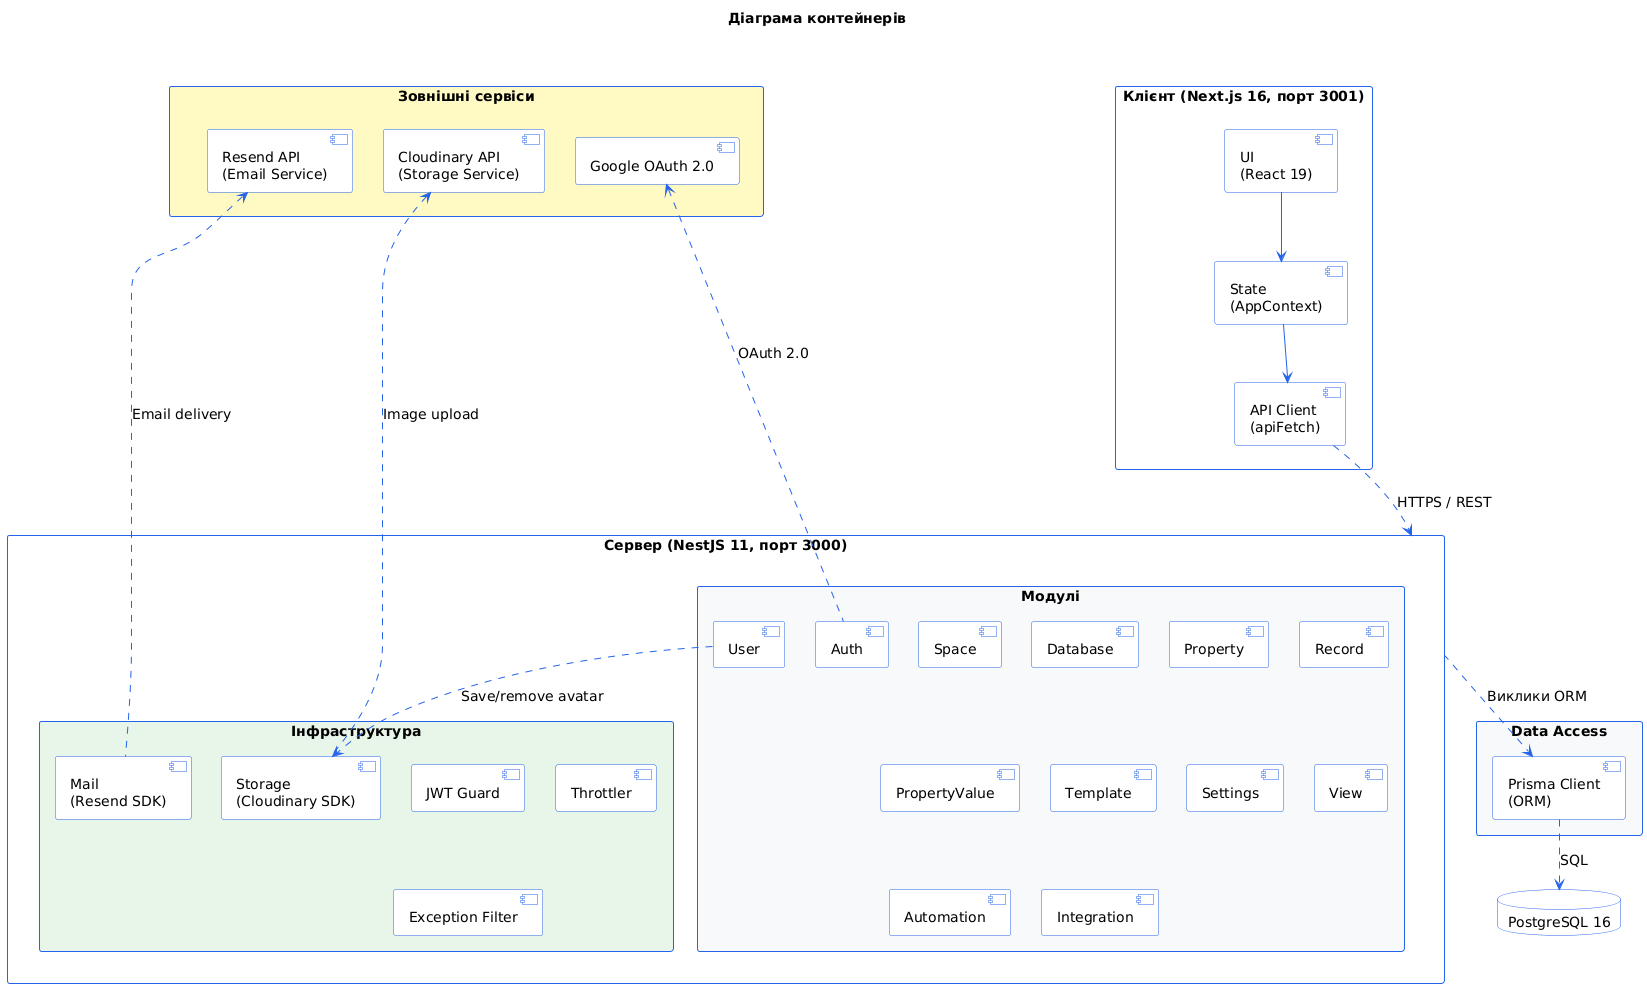
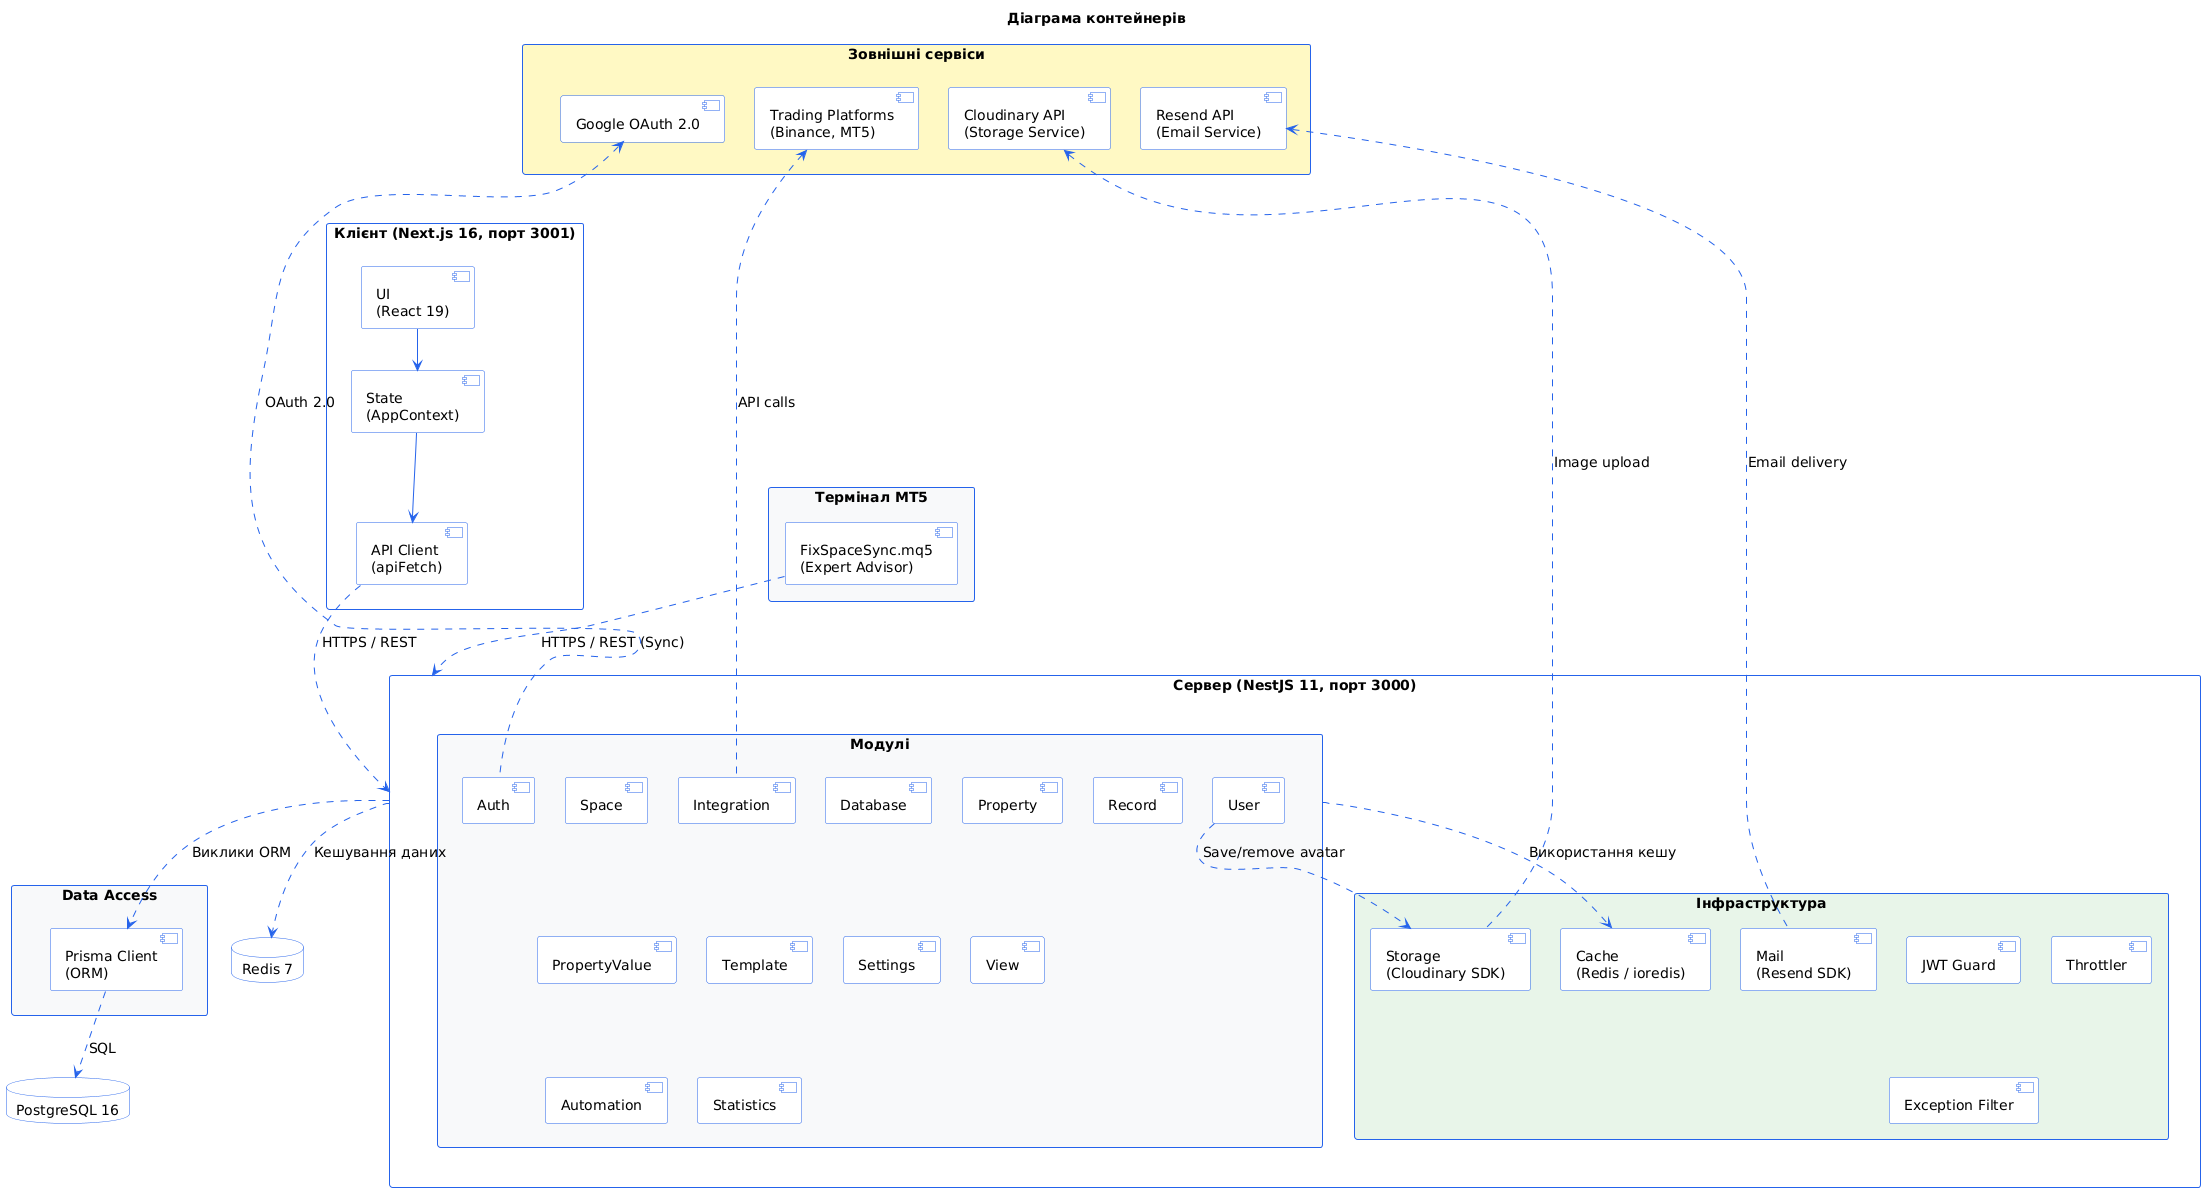
@startuml Container

skinparam backgroundColor #FFFFFF
skinparam shadowing false
skinparam packageStyle rectangle
skinparam defaultFontName "DejaVu Sans"
skinparam defaultFontSize 14
skinparam nodesep 30
skinparam ranksep 40

skinparam componentBackgroundColor #FFFFFF
skinparam componentBorderColor #2563eb
skinparam componentArrowColor #2563eb
skinparam packageBorderColor #2563eb
skinparam databaseBackgroundColor #FFFFFF
skinparam databaseBorderColor #2563eb
skinparam componentTextAlignment center

top to bottom direction

title Діаграма контейнерів

package "Зовнішні сервіси" as Ext_Box #FFF9C4 {
  component "Google OAuth 2.0" as Google
  component "Resend API\n(Email Service)" as Resend
  component "Cloudinary API\n(Storage Service)" as Cloudinary
+   component "Trading Platforms\n(Binance, MT5)" as Trading
+ }
+ 
+ package "Термінал MT5" as MT5_Box #F8F9FA {
+   component "FixSpaceSync.mq5\n(Expert Advisor)" as EA
}

package "Клієнт (Next.js 16, порт 3001)" as Client_Box #FFFFFF {
  component "UI\n(React 19)" as UI
  component "State\n(AppContext)" as State
  component "API Client\n(apiFetch)" as Client
}

package "Сервер (NestJS 11, порт 3000)" as Server_Box {
  package "Модулі" as Modules_Box #F8F9FA {
    component "Auth" as Auth
    component "User" as User
    component "Space" as Space
    component "Database" as DBModule
    component "Property" as Property
    component "Record" as Record
    component "PropertyValue" as PropValue
    component "Template" as Template
    component "Settings" as Settings
    component "View" as View
    component "Automation" as Automation
    component "Integration" as Integration
+     component "Statistics" as Statistics
  }

  package "Інфраструктура" as Infra_Box #E8F5E9 {
    component "Mail\n(Resend SDK)" as Mail
    component "Storage\n(Cloudinary SDK)" as Storage
+     component "Cache\n(Redis / ioredis)" as Cache
    component "JWT Guard" as JWTGuard
    component "Throttler" as Throttler
    component "Exception Filter" as Filter
  }
}

package "Data Access" as Data_Box #F8F9FA {
  component "Prisma Client\n(ORM)" as Prisma
}

database "PostgreSQL 16" as DB
+ database "Redis 7" as RedisDB

- Ext_Box -[hidden]right-> Client_Box
+ Ext_Box -[hidden]down-> Client_Box
+ Client_Box -[hidden]down-> Server_Box
+ Server_Box -[hidden]down-> Data_Box
+ Data_Box -[hidden]down-> DB

UI --> State
State --> Client

Client ..> Server_Box : HTTPS / REST
+ EA ..> Server_Box : HTTPS / REST (Sync)

Server_Box ..> Prisma : Виклики ORM
+ Server_Box ..> RedisDB : Кешування даних

Prisma ..> DB : SQL

Google <.. Auth : OAuth 2.0
- 
Resend <.. Mail : Email delivery
- 
Cloudinary <.. Storage : Image upload
+ Trading <.. Integration : API calls
User ..> Storage : Save/remove avatar
+ Modules_Box ..> Cache : Використання кешу

@enduml
